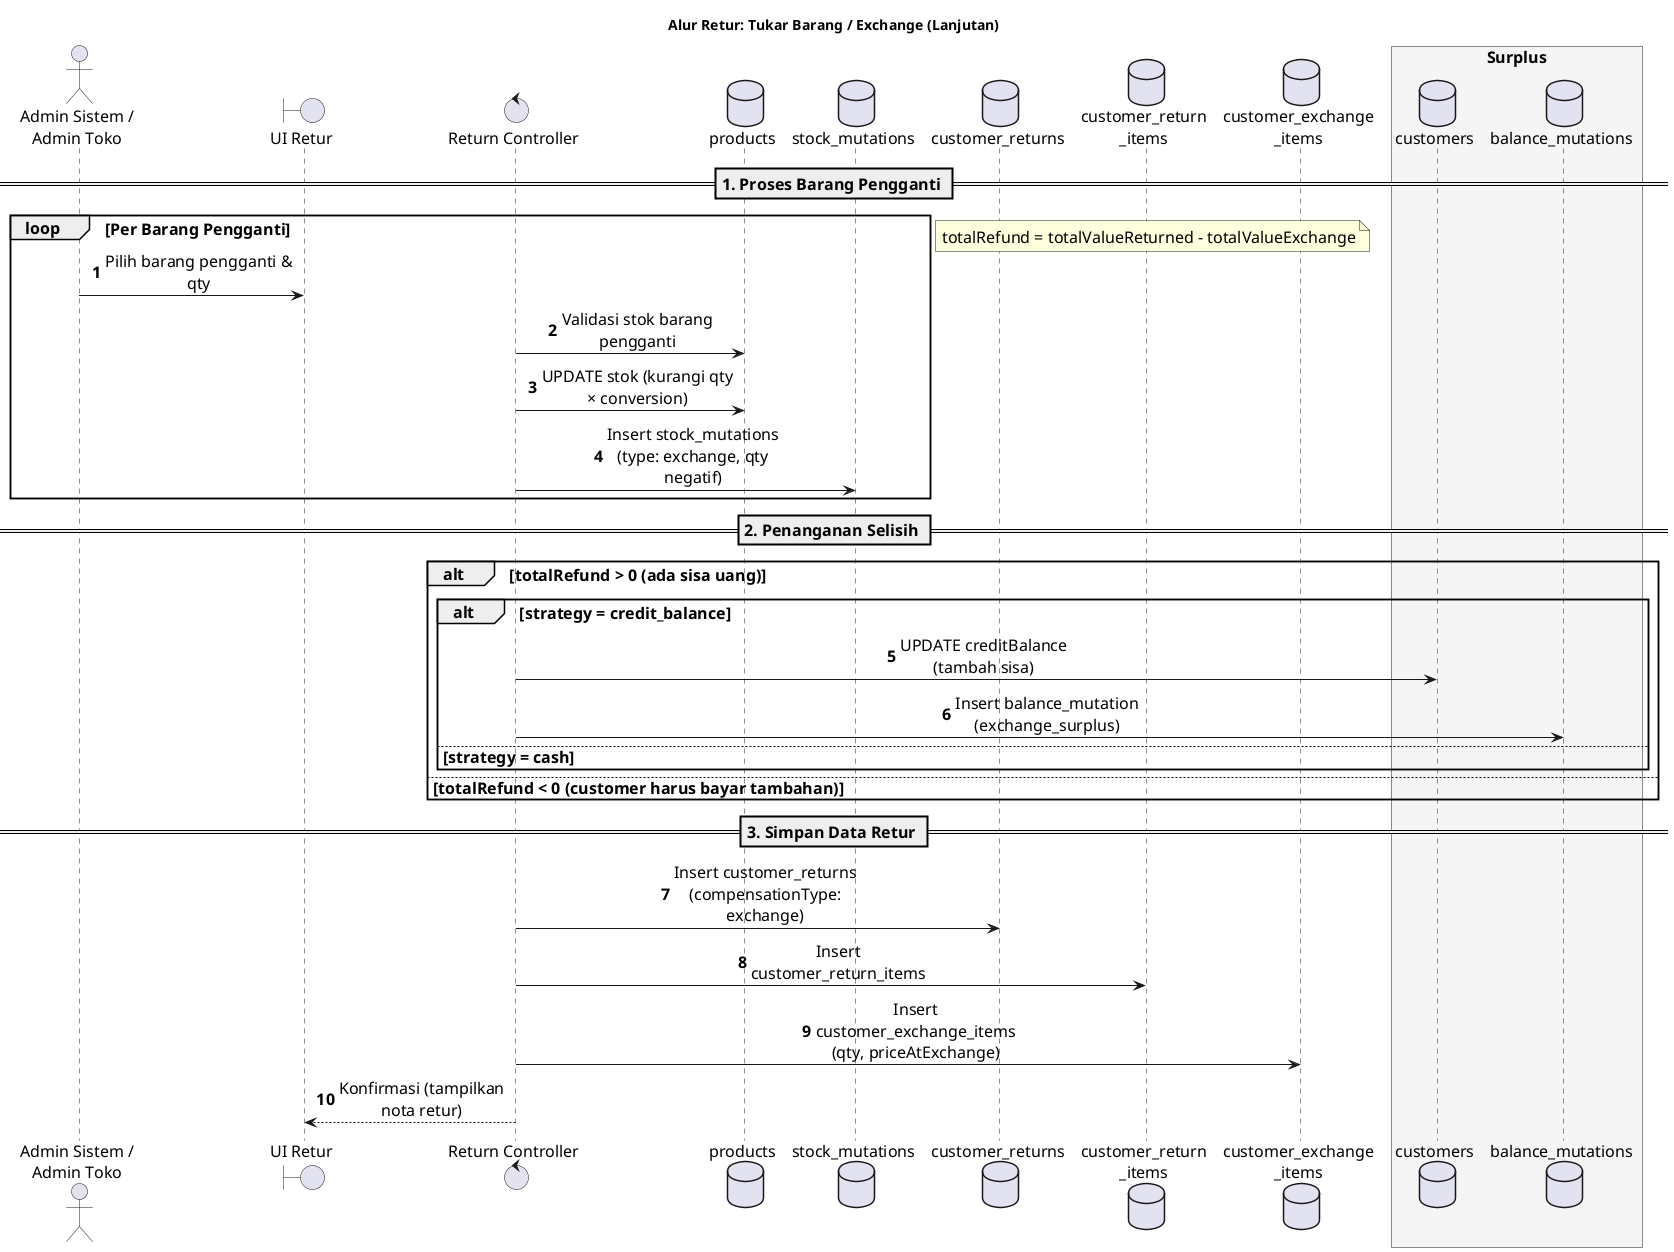
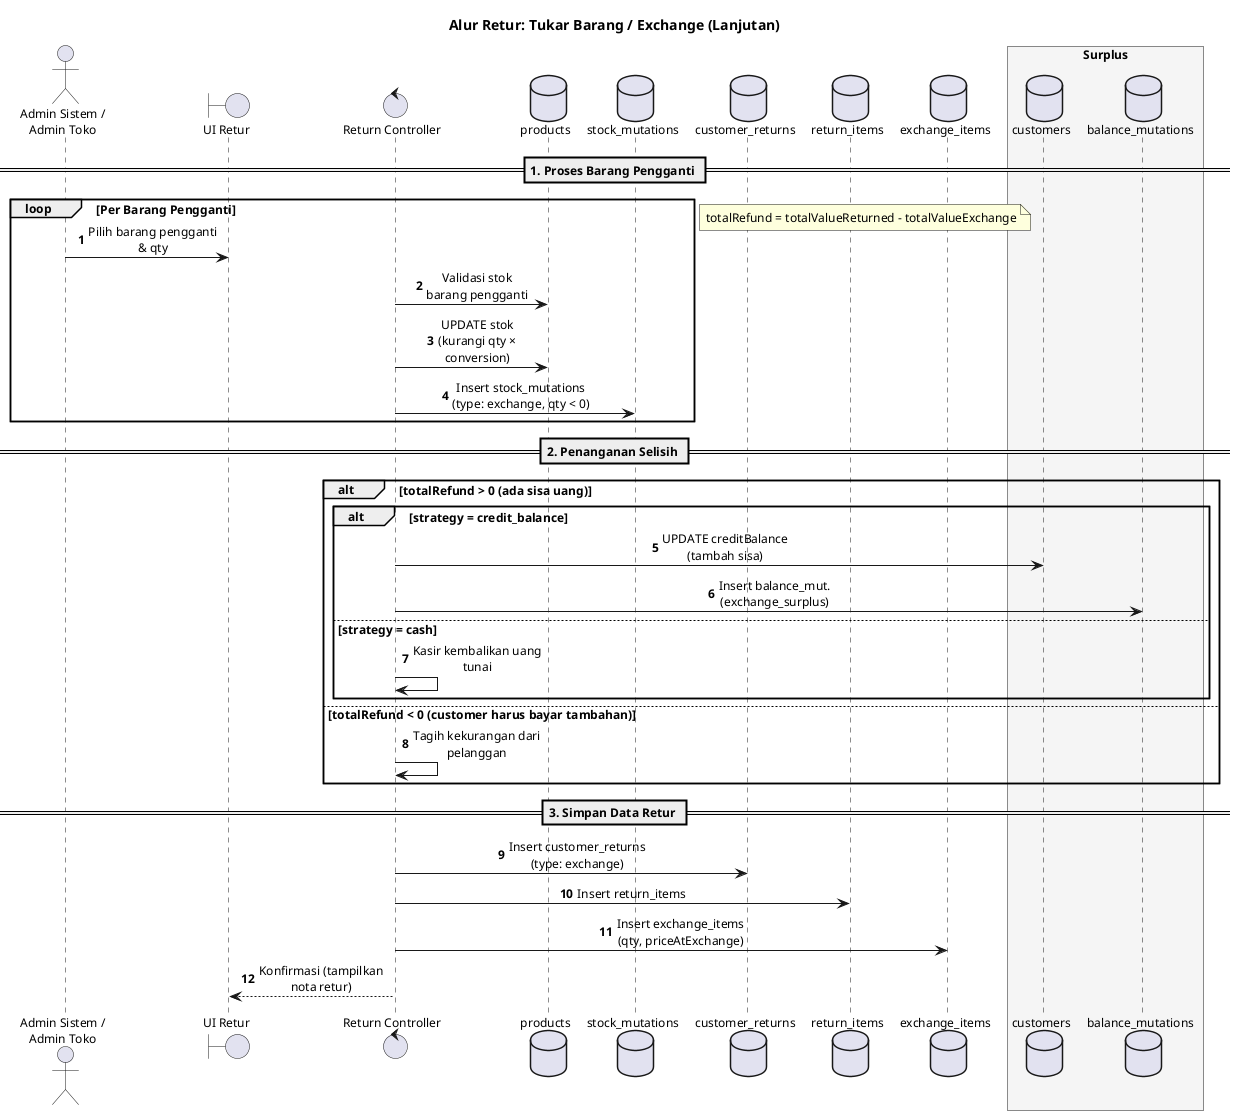
@startuml Return_Exchange_Flow
autonumber

skinparam BoxPadding 5
skinparam ParticipantPadding 8
- skinparam defaultFontSize 16
- skinparam maxMessageSize 200
+ skinparam defaultFontSize 12
+ skinparam maxMessageSize 140
skinparam sequenceMessageAlign center

actor "Admin Sistem /\nAdmin Toko" as Admin
boundary "UI Retur" as UI
control "Return Controller" as Ctrl
database "products" as p
database "stock_mutations" as sm
database "customer_returns" as cr
- database "customer_return\n_items" as ri
- database "customer_exchange\n_items" as ei
+ database "return_items" as ri
+ database "exchange_items" as ei
box "Surplus" #F5F5F5
    database "customers" as c
    database "balance_mutations" as bm
end box

title Alur Retur: Tukar Barang / Exchange (Lanjutan)


== 1. Proses Barang Pengganti ==
loop Per Barang Pengganti
    Admin -> UI : Pilih barang pengganti & qty
-     Ctrl -> p : Validasi stok barang pengganti
-     Ctrl -> p : UPDATE stok (kurangi qty × conversion)
-     Ctrl -> sm : Insert stock_mutations (type: exchange, qty negatif)
+     Ctrl -> p : Validasi stok\nbarang pengganti
+     Ctrl -> p : UPDATE stok\n(kurangi qty × conversion)
+     Ctrl -> sm : Insert stock_mutations\n(type: exchange, qty < 0)
end
note right: totalRefund = totalValueReturned - totalValueExchange

== 2. Penanganan Selisih ==
alt totalRefund > 0 (ada sisa uang)
    alt strategy = credit_balance
-         Ctrl -> c : UPDATE creditBalance (tambah sisa)
-         Ctrl -> bm : Insert balance_mutation (exchange_surplus)
+         Ctrl -> c : UPDATE creditBalance\n(tambah sisa)
+         Ctrl -> bm : Insert balance_mut.\n(exchange_surplus)
    else strategy = cash
-         note right: Kasir kembalikan uang tunai
+         Ctrl -> Ctrl: Kasir kembalikan uang tunai
    end
else totalRefund < 0 (customer harus bayar tambahan)
-     note right: Tagih kekurangan dari pelanggan
+     Ctrl -> Ctrl: Tagih kekurangan dari pelanggan
end

== 3. Simpan Data Retur ==
- Ctrl -> cr : Insert customer_returns (compensationType: exchange)
- Ctrl -> ri : Insert customer_return_items
- Ctrl -> ei : Insert customer_exchange_items (qty, priceAtExchange)
+ Ctrl -> cr : Insert customer_returns\n(type: exchange)
+ Ctrl -> ri : Insert return_items
+ Ctrl -> ei : Insert exchange_items\n(qty, priceAtExchange)

Ctrl --> UI : Konfirmasi (tampilkan nota retur)

@enduml
